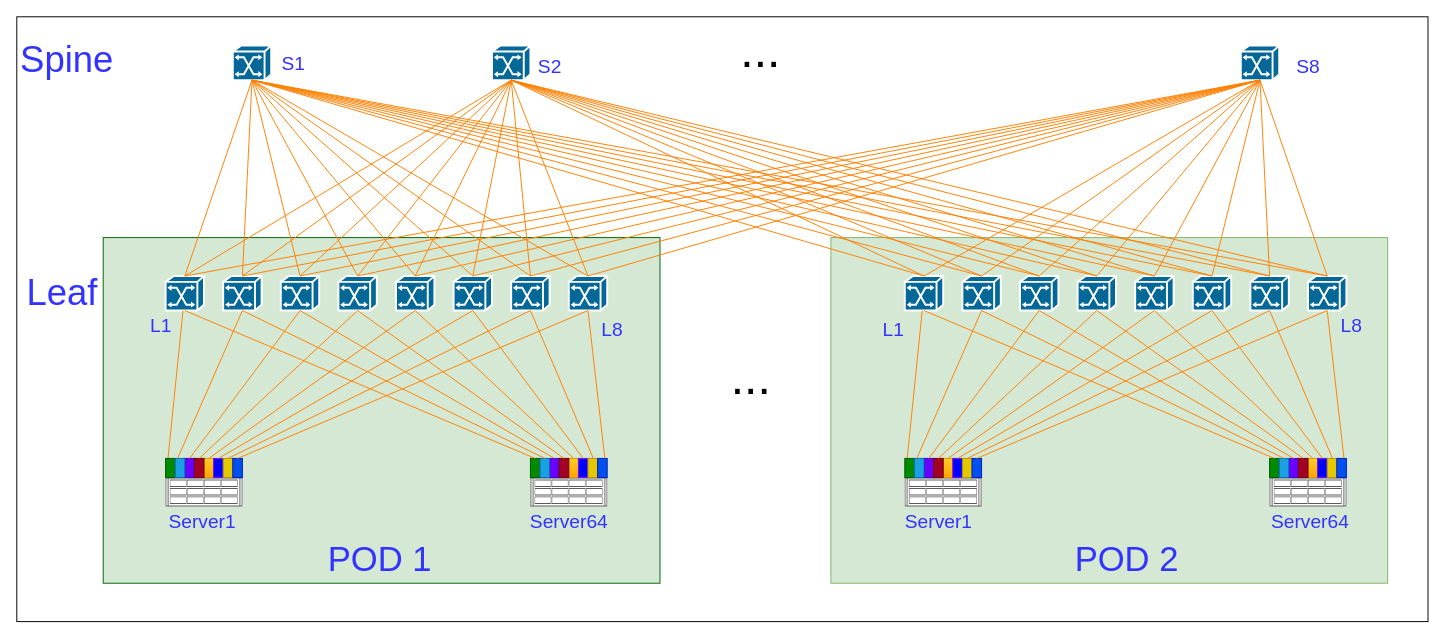
This is 7168卡--896台机器集群拓扑 的副本.drawio from hel-2000/network-draw, a draw.io file, before an edit. Source tidied: cells renumbered, new cells numbered last; positions are measured from the earlier drawing's top-left corner, leaving out a move shared by most shapes. Both pictures are drawn from the tidied source at 96%, with x=0, y=0 at pixel (16, 16).
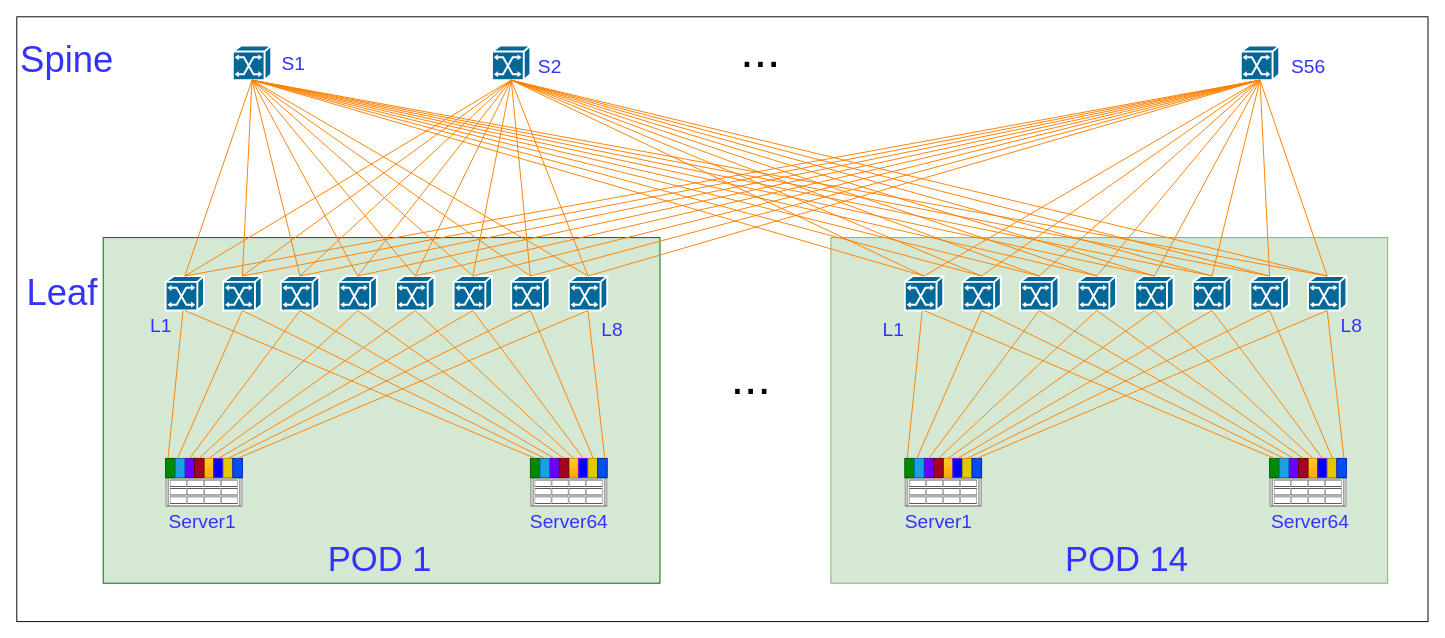
The same page after the edit.

Commit message:
更新7168卡--896台机器集群拓扑 的副本.drawio

Diff of the diagram source:
```diff
@@
-    <mxCell id="143" value="&lt;font color=&quot;#3333ff&quot;&gt;&lt;span style=&quot;font-size: 20px;&quot;&gt;S8&lt;/span&gt;&lt;/font&gt;" style="text;strokeColor=none;align=center;fillColor=none;html=1;verticalAlign=middle;whiteSpace=wrap;rounded=0;" parent="1" vertex="1">
+    <mxCell id="143" value="&lt;font color=&quot;#3333ff&quot;&gt;&lt;span style=&quot;font-size: 20px;&quot;&gt;S56&lt;/span&gt;&lt;/font&gt;" style="text;strokeColor=none;align=center;fillColor=none;html=1;verticalAlign=middle;whiteSpace=wrap;rounded=0;" parent="1" vertex="1">
       <mxGeometry x="1327.5" y="36" width="35" height="30" as="geometry" />
     </mxCell>
@@
-    <mxCell id="148" value="&lt;font style=&quot;font-size: 36px;&quot; color=&quot;#3333ff&quot;&gt;POD 2&lt;/font&gt;" style="text;strokeColor=none;align=center;fillColor=none;html=1;verticalAlign=middle;whiteSpace=wrap;rounded=0;" parent="1" vertex="1">
+    <mxCell id="148" value="&lt;font style=&quot;font-size: 36px;&quot; color=&quot;#3333ff&quot;&gt;POD 14&lt;/font&gt;" style="text;strokeColor=none;align=center;fillColor=none;html=1;verticalAlign=middle;whiteSpace=wrap;rounded=0;" parent="1" vertex="1">
       <mxGeometry x="998" y="550" width="317" height="30" as="geometry" />
     </mxCell>
```
